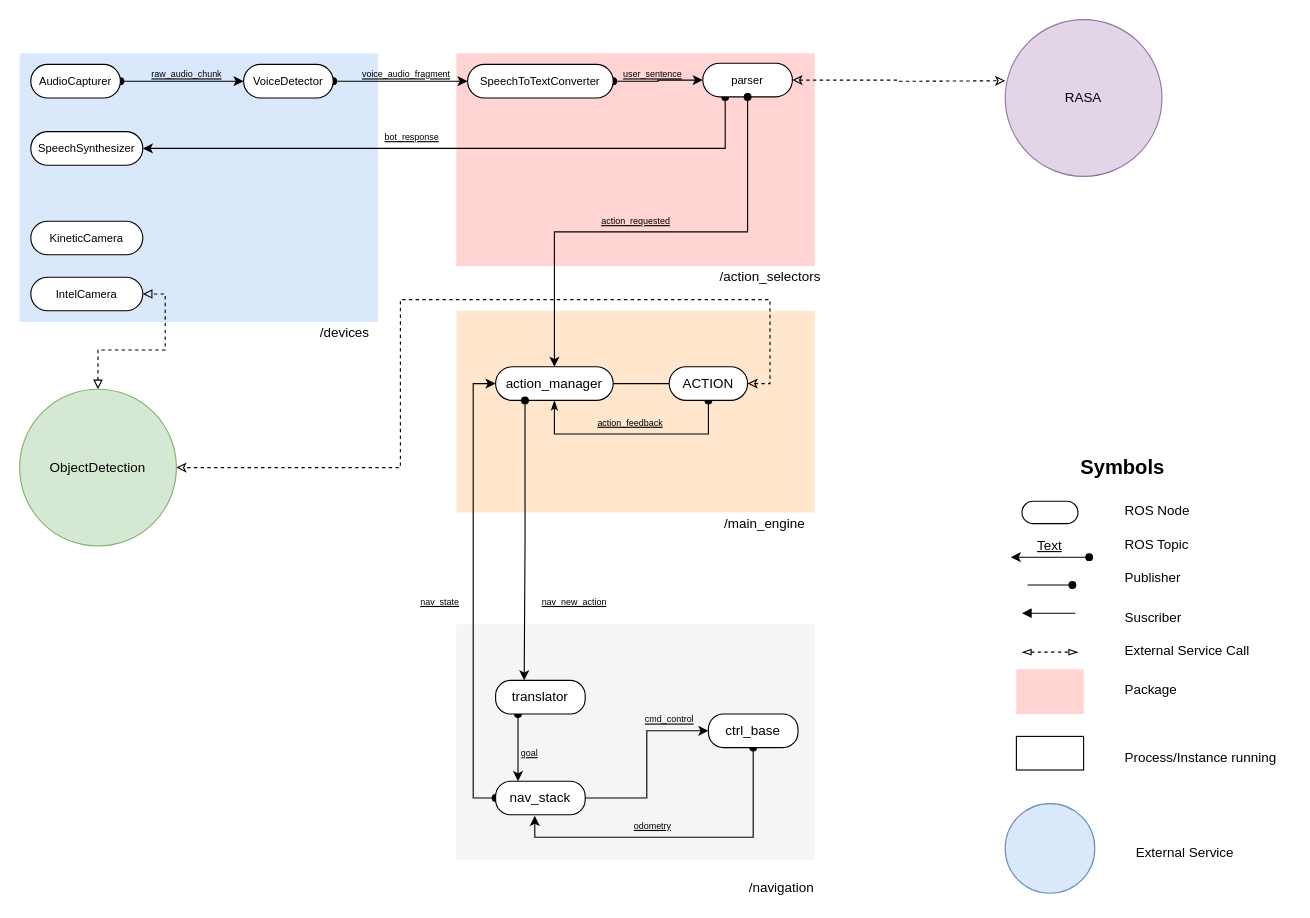
This is Untitled Diagram.drawio from RoBorregos/robocup-home, a draw.io file, before an edit. Source tidied: cells renumbered, new cells numbered last; positions are measured from the earlier drawing's top-left corner, leaving out a move shared by most shapes. Both pictures are drawn from the tidied source at 112%, with x=0, y=0 at pixel (19, 19).
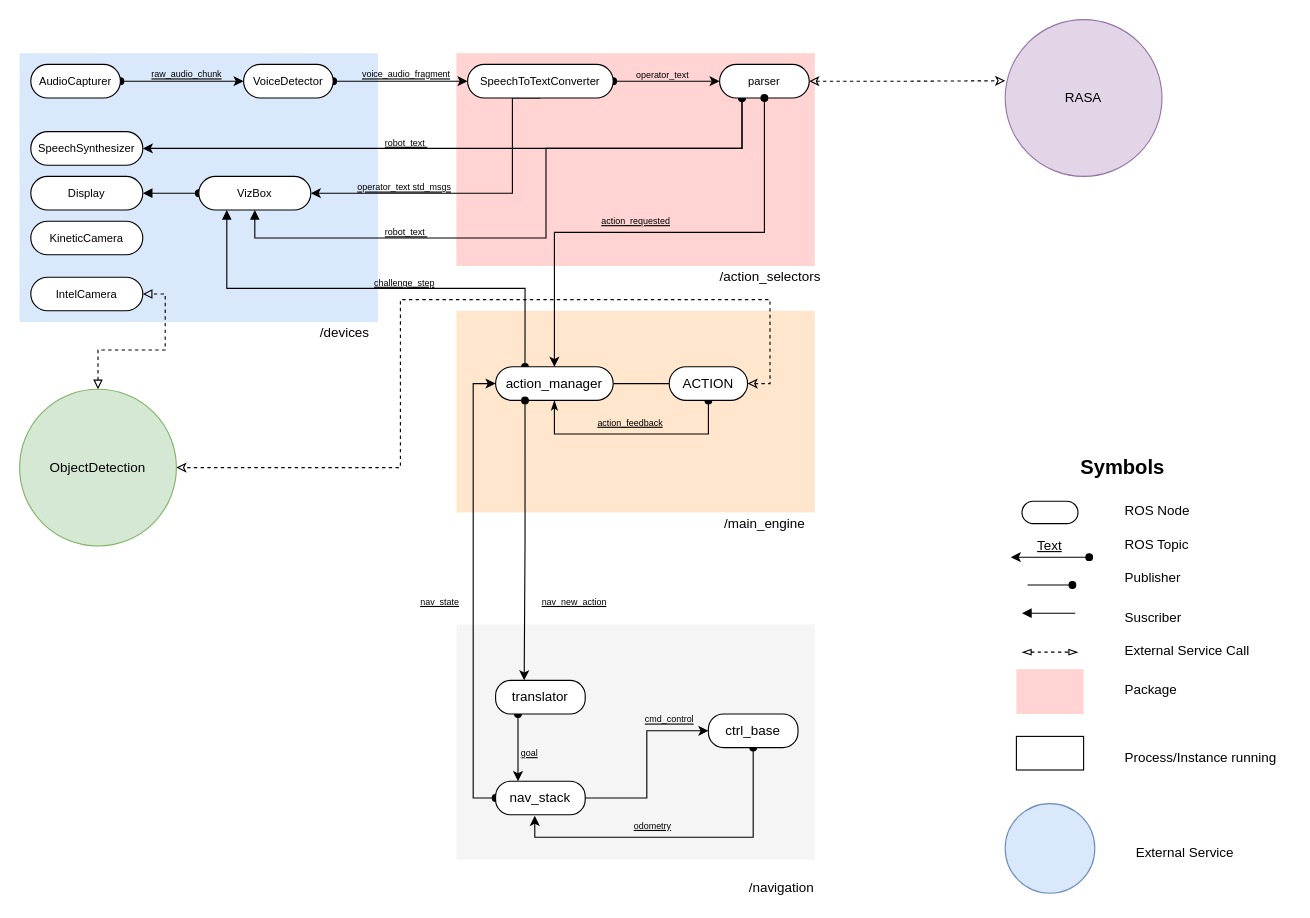
Above is the later version.

Unchanged cells that the change refers to:
```xml
<mxCell id="28" value="&lt;font style=&quot;font-size: 10px&quot;&gt;SpeechToTextConverter&lt;/font&gt;" style="rounded=1;whiteSpace=wrap;html=1;arcSize=50;" parent="1" vertex="1">
  <mxGeometry x="400" y="40" width="130" height="30" as="geometry" />
</mxCell>
<mxCell id="39" value="action_manager" style="rounded=1;whiteSpace=wrap;html=1;arcSize=50;" parent="1" vertex="1">
  <mxGeometry x="425" y="310" width="105" height="30" as="geometry" />
</mxCell>
<mxCell id="47" value="&lt;font style=&quot;font-size: 10px&quot;&gt;SpeechSynthesizer&lt;/font&gt;" style="rounded=1;whiteSpace=wrap;html=1;arcSize=50;" parent="1" vertex="1">
  <mxGeometry x="10" y="100" width="100" height="30" as="geometry" />
</mxCell>
```

The edit, as a diff of the source:
```diff
@@
+    <mxCell id="68" style="edgeStyle=orthogonalEdgeStyle;rounded=0;jettySize=auto;html=1;exitX=0.5;exitY=1;exitDx=0;exitDy=0;entryX=1;entryY=0.5;entryDx=0;entryDy=0;" parent="1" edge="1" source="28" target="74">
+      <mxGeometry relative="1" as="geometry">
+        <Array as="points">
+          <mxPoint x="440" y="70" />
+          <mxPoint x="440" y="155" />
+        </Array>
+      </mxGeometry>
+    </mxCell>
@@
     <mxCell id="31" style="edgeStyle=orthogonalEdgeStyle;rounded=0;jettySize=auto;html=1;exitX=0.25;exitY=1;exitDx=0;exitDy=0;entryX=1;entryY=0.5;entryDx=0;entryDy=0;startArrow=oval;startFill=1;endArrow=classic;endFill=1;" parent="1" edge="1" source="32" target="47">
-      <mxGeometry relative="1" as="geometry" />
+      <mxGeometry relative="1" as="geometry">
+        <Array as="points">
+          <mxPoint x="645" y="115" />
+        </Array>
+      </mxGeometry>
     </mxCell>
+    <mxCell id="69" value="&lt;br&gt;" style="text;html=1;align=center;verticalAlign=middle;labelBackgroundColor=#ffffff;" parent="31" vertex="1">
+      <mxGeometry x="0.52" y="2" relative="1" as="geometry" />
+    </mxCell>
+    <mxCell id="70" style="edgeStyle=orthogonalEdgeStyle;rounded=0;jettySize=auto;html=1;exitX=0.25;exitY=1;exitDx=0;exitDy=0;entryX=0.5;entryY=1;entryDx=0;entryDy=0;startArrow=oval;startFill=1;endArrow=block;endFill=1;" parent="1" edge="1" source="32" target="74">
+      <mxGeometry relative="1" as="geometry">
+        <Array as="points">
+          <mxPoint x="645" y="115" />
+          <mxPoint x="470" y="115" />
+          <mxPoint x="470" y="195" />
+          <mxPoint x="210" y="195" />
+        </Array>
+      </mxGeometry>
+    </mxCell>
     <mxCell id="32" value="&lt;font style=&quot;font-size: 10px&quot;&gt;parser&lt;/font&gt;" style="rounded=1;whiteSpace=wrap;html=1;arcSize=50;" parent="1" vertex="1">
-      <mxGeometry x="610" y="39" width="80" height="30" as="geometry" />
+      <mxGeometry x="625" y="40" width="80" height="30" as="geometry" />
     </mxCell>
-    <mxCell id="33" value="&lt;u&gt;user_sentence&lt;/u&gt;" style="text;html=1;align=center;verticalAlign=middle;fontSize=8;" parent="1" vertex="1">
-      <mxGeometry x="530" y="39" width="70" height="20" as="geometry" />
+    <mxCell id="33" value="&lt;span style=&quot;text-align: left&quot;&gt;operator_text&amp;nbsp;&lt;/span&gt;" style="text;html=1;align=center;verticalAlign=middle;fontSize=8;" parent="1" vertex="1">
+      <mxGeometry x="545" y="40" width="60" height="20" as="geometry" />
     </mxCell>
@@
+    <mxCell id="71" style="edgeStyle=orthogonalEdgeStyle;rounded=0;jettySize=auto;html=1;exitX=0.25;exitY=0;exitDx=0;exitDy=0;entryX=0.25;entryY=1;entryDx=0;entryDy=0;startArrow=oval;startFill=1;endArrow=block;endFill=1;" parent="1" edge="1" source="39" target="74">
+      <mxGeometry relative="1" as="geometry" />
+    </mxCell>
@@
-    <mxCell id="48" value="&lt;u&gt;bot_response&lt;/u&gt;" style="text;html=1;align=center;verticalAlign=middle;fontSize=8;" parent="1" vertex="1">
-      <mxGeometry x="320" y="100" width="60" height="10" as="geometry" />
+    <mxCell id="48" value="&lt;u&gt;robot_text&amp;nbsp;&lt;/u&gt;" style="text;html=1;align=center;verticalAlign=middle;fontSize=8;" parent="1" vertex="1">
+      <mxGeometry x="320" y="100" width="50" height="20" as="geometry" />
     </mxCell>
@@
+    <mxCell id="72" value="&lt;span style=&quot;font-size: 10px&quot;&gt;Display&lt;/span&gt;" style="rounded=1;whiteSpace=wrap;html=1;arcSize=50;" parent="1" vertex="1">
+      <mxGeometry x="10" y="140" width="100" height="30" as="geometry" />
+    </mxCell>
+    <mxCell id="73" style="edgeStyle=orthogonalEdgeStyle;rounded=0;jettySize=auto;html=1;exitX=0;exitY=0.5;exitDx=0;exitDy=0;entryX=1;entryY=0.5;entryDx=0;entryDy=0;startArrow=oval;startFill=1;endArrow=block;endFill=1;" parent="1" edge="1" source="74" target="72">
+      <mxGeometry relative="1" as="geometry" />
+    </mxCell>
+    <mxCell id="74" value="&lt;span style=&quot;font-size: 10px&quot;&gt;VizBox&lt;/span&gt;" style="rounded=1;whiteSpace=wrap;html=1;arcSize=50;" parent="1" vertex="1">
+      <mxGeometry x="160" y="140" width="100" height="30" as="geometry" />
+    </mxCell>
+    <mxCell id="75" value="&lt;font style=&quot;font-size: 8px&quot;&gt;&lt;u&gt;operator_text std_msgs&lt;br&gt;&lt;/u&gt;&lt;br&gt;&lt;/font&gt;" style="text;html=1;" parent="1" vertex="1">
+      <mxGeometry x="300" y="135" width="190" height="30" as="geometry" />
+    </mxCell>
+    <mxCell id="76" value="&lt;u&gt;robot_text&amp;nbsp;&lt;/u&gt;" style="text;html=1;align=center;verticalAlign=middle;fontSize=8;" parent="1" vertex="1">
+      <mxGeometry x="320" y="180" width="50" height="20" as="geometry" />
+    </mxCell>
+    <mxCell id="77" value="&lt;font style=&quot;font-size: 8px&quot;&gt;&lt;u&gt;challenge_step&lt;/u&gt;&lt;/font&gt;" style="text;html=1;" parent="1" vertex="1">
+      <mxGeometry x="315" y="220" width="110" height="30" as="geometry" />
+    </mxCell>
```
